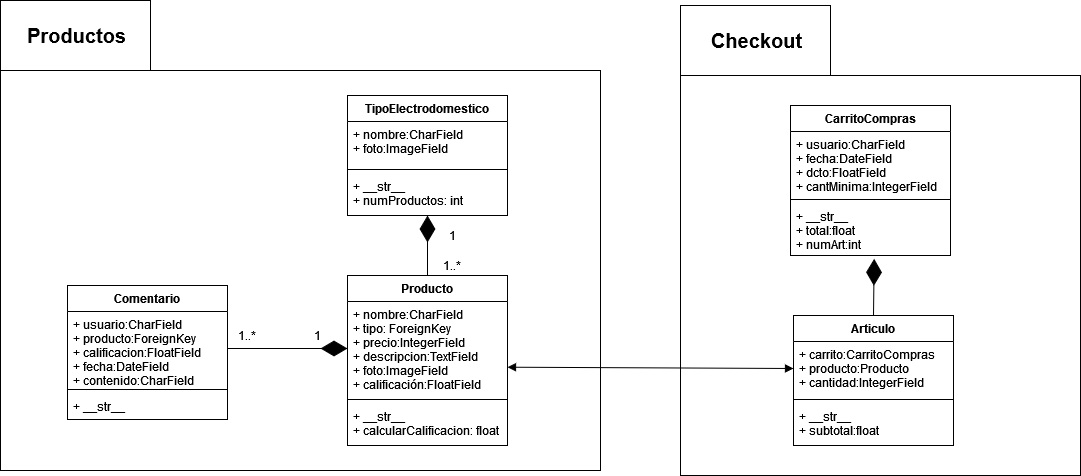
This is Talleres/Django/Taller 2/Images/UML_CRUD.png from jdarguello/Desarrollo_software, a draw.io export, as it was before one commit. Source tidied: cells renumbered, new cells last; positions are measured from the earlier drawing's top-left corner, leaving out a move shared by most shapes.
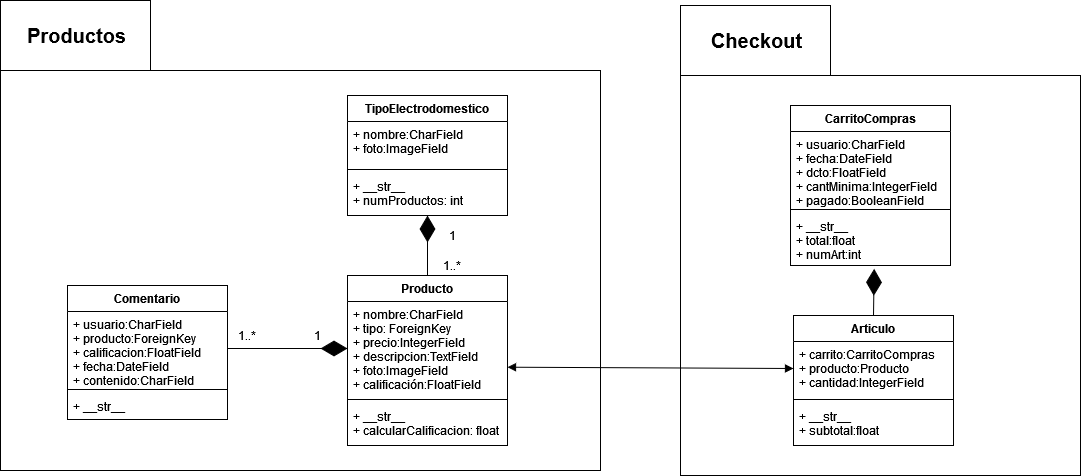
The same diagram one commit later.

What changed in the source:
```diff
@@ -69,16 +69,16 @@
       <mxGeometry x="720" y="30" width="73" height="20" as="geometry" />
     </mxCell>
     <mxCell id="24" value="CarritoCompras" style="swimlane;fontStyle=1;align=center;verticalAlign=top;horizontal=1;startSize=26;" parent="1" vertex="1">
-      <mxGeometry x="790" y="105" width="160" height="150" as="geometry" />
+      <mxGeometry x="790" y="105" width="160" height="160" as="geometry" />
     </mxCell>
-    <mxCell id="25" value="+ usuario:CharField&#10;+ fecha:DateField&#10;+ dcto:FloatField&#10;+ cantMinima:IntegerField&#10;" style="text;strokeColor=none;fillColor=none;align=left;verticalAlign=top;spacingLeft=4;spacingRight=4;overflow=hidden;" parent="24" vertex="1">
-      <mxGeometry y="26" width="160" height="64" as="geometry" />
+    <mxCell id="25" value="+ usuario:CharField&#10;+ fecha:DateField&#10;+ dcto:FloatField&#10;+ cantMinima:IntegerField&#10;+ pagado:BooleanField&#10;&#10;&#10;" style="text;strokeColor=none;fillColor=none;align=left;verticalAlign=top;spacingLeft=4;spacingRight=4;overflow=hidden;" parent="24" vertex="1">
+      <mxGeometry y="26" width="160" height="74" as="geometry" />
     </mxCell>
     <mxCell id="26" style="line;strokeWidth=1;fillColor=none;align=left;verticalAlign=middle;spacingTop=-1;spacingLeft=3;spacingRight=3;labelPosition=right;" parent="24" vertex="1">
-      <mxGeometry y="90" width="160" height="8" as="geometry" />
+      <mxGeometry y="100" width="160" height="8" as="geometry" />
     </mxCell>
     <mxCell id="27" value="+ __str__&#10;+ total:float&#10;+ numArt:int&#10;" style="text;strokeColor=none;fillColor=none;align=left;verticalAlign=top;spacingLeft=4;spacingRight=4;overflow=hidden;points=[[0,0.5],[1,0.5]];portConstraint=eastwest;" parent="24" vertex="1">
-      <mxGeometry y="98" width="160" height="52" as="geometry" />
+      <mxGeometry y="108" width="160" height="52" as="geometry" />
     </mxCell>
     <mxCell id="28" value="Articulo" style="swimlane;fontStyle=1;align=center;verticalAlign=top;horizontal=1;startSize=26;fontSize=12;" parent="1" vertex="1">
       <mxGeometry x="793" y="315" width="160" height="130" as="geometry" />
```
